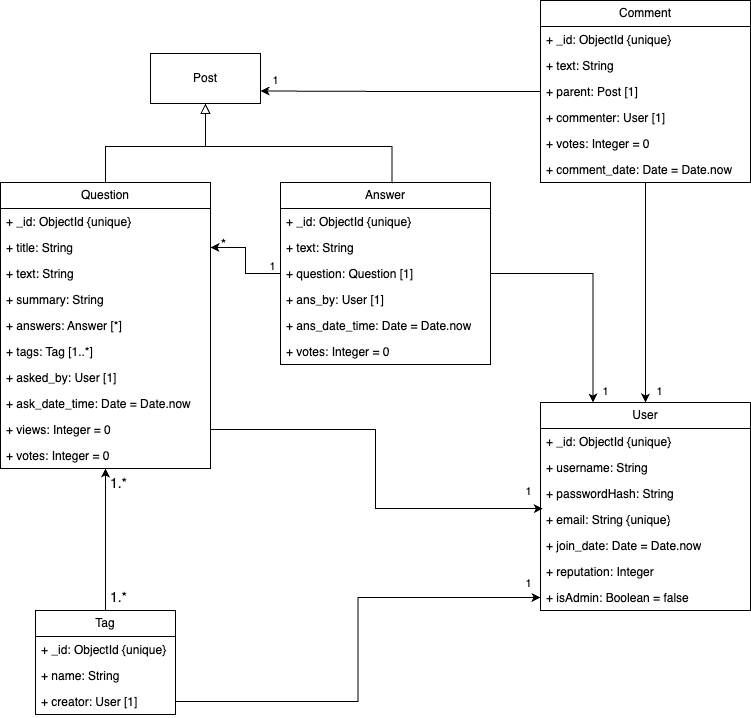
andrewctam/fake_stack_overflow keeps this draw.io diagram as images/server-uml.png. Above is the earlier version. Source tidied: cells renumbered, new cells last; positions are measured from the earlier drawing's top-left corner, leaving out a move shared by most shapes. The source it was exported from:
```xml
<mxGraphModel>
  <root>
    <mxCell id="0" />
    <mxCell id="1" parent="0" />
    <mxCell id="2" style="edgeStyle=orthogonalEdgeStyle;rounded=0;jettySize=auto;html=1;entryX=0.5;entryY=1;entryDx=0;entryDy=0;" parent="1" edge="1" source="3" target="16">
      <mxGeometry relative="1" as="geometry" />
    </mxCell>
    <mxCell id="3" value="Tag" style="swimlane;fontStyle=0;horizontal=1;startSize=26;fillColor=none;whiteSpace=wrap;html=1;" parent="1" vertex="1">
      <mxGeometry x="35" y="610" width="140" height="104" as="geometry" />
    </mxCell>
    <mxCell id="4" value="+ _id: ObjectId {unique}" style="text;strokeColor=none;fillColor=none;align=left;verticalAlign=top;spacingLeft=4;spacingRight=4;overflow=hidden;whiteSpace=wrap;html=1;" parent="3" vertex="1">
      <mxGeometry y="26" width="140" height="26" as="geometry" />
    </mxCell>
    <mxCell id="5" value="+ name: String" style="text;strokeColor=none;fillColor=none;align=left;verticalAlign=top;spacingLeft=4;spacingRight=4;overflow=hidden;whiteSpace=wrap;html=1;" parent="3" vertex="1">
      <mxGeometry y="52" width="140" height="26" as="geometry" />
    </mxCell>
    <mxCell id="6" value="+ creator: User [1]" style="text;strokeColor=none;fillColor=none;align=left;verticalAlign=top;spacingLeft=4;spacingRight=4;overflow=hidden;points=[[0,0.5],[1,0.5]];portConstraint=eastwest;whiteSpace=wrap;html=1;" parent="3" vertex="1">
      <mxGeometry y="78" width="140" height="26" as="geometry" />
    </mxCell>
    <mxCell id="7" value="User" style="swimlane;fontStyle=0;horizontal=1;startSize=26;fillColor=none;whiteSpace=wrap;html=1;" parent="1" vertex="1">
      <mxGeometry x="540" y="402" width="210" height="208" as="geometry" />
    </mxCell>
    <mxCell id="8" value="+ _id: ObjectId {unique}" style="text;strokeColor=none;fillColor=none;align=left;verticalAlign=top;spacingLeft=4;spacingRight=4;overflow=hidden;whiteSpace=wrap;html=1;" parent="7" vertex="1">
      <mxGeometry y="26" width="210" height="26" as="geometry" />
    </mxCell>
    <mxCell id="9" value="+ username: String" style="text;strokeColor=none;fillColor=none;align=left;verticalAlign=top;spacingLeft=4;spacingRight=4;overflow=hidden;whiteSpace=wrap;html=1;" parent="7" vertex="1">
      <mxGeometry y="52" width="210" height="26" as="geometry" />
    </mxCell>
    <mxCell id="10" value="+ passwordHash: String" style="text;strokeColor=none;fillColor=none;align=left;verticalAlign=top;spacingLeft=4;spacingRight=4;overflow=hidden;whiteSpace=wrap;html=1;" parent="7" vertex="1">
      <mxGeometry y="78" width="210" height="26" as="geometry" />
    </mxCell>
    <mxCell id="11" value="+ email: String {unique}" style="text;strokeColor=none;fillColor=none;align=left;verticalAlign=top;spacingLeft=4;spacingRight=4;overflow=hidden;points=[[0,0.5],[1,0.5]];portConstraint=eastwest;whiteSpace=wrap;html=1;" parent="7" vertex="1">
      <mxGeometry y="104" width="210" height="26" as="geometry" />
    </mxCell>
    <mxCell id="12" value="+ join_date: Date = Date.now" style="text;strokeColor=none;fillColor=none;align=left;verticalAlign=top;spacingLeft=4;spacingRight=4;overflow=hidden;whiteSpace=wrap;html=1;" parent="7" vertex="1">
      <mxGeometry y="130" width="210" height="26" as="geometry" />
    </mxCell>
    <mxCell id="13" value="+ reputation: Integer" style="text;strokeColor=none;fillColor=none;align=left;verticalAlign=top;spacingLeft=4;spacingRight=4;overflow=hidden;whiteSpace=wrap;html=1;" parent="7" vertex="1">
      <mxGeometry y="156" width="210" height="26" as="geometry" />
    </mxCell>
    <mxCell id="14" value="+ isAdmin: Boolean = false" style="text;strokeColor=none;fillColor=none;align=left;verticalAlign=top;spacingLeft=4;spacingRight=4;overflow=hidden;points=[[0,0.5],[1,0.5]];portConstraint=eastwest;whiteSpace=wrap;html=1;" parent="7" vertex="1">
      <mxGeometry y="182" width="210" height="26" as="geometry" />
    </mxCell>
    <mxCell id="15" style="edgeStyle=orthogonalEdgeStyle;rounded=0;jettySize=auto;html=1;entryX=0.5;entryY=1;entryDx=0;entryDy=0;endArrow=block;endFill=0;endSize=8;" parent="1" edge="1" source="16" target="52">
      <mxGeometry relative="1" as="geometry">
        <Array as="points">
          <mxPoint x="105" y="146" />
          <mxPoint x="205" y="146" />
        </Array>
      </mxGeometry>
    </mxCell>
    <mxCell id="16" value="Question" style="swimlane;fontStyle=0;horizontal=1;startSize=26;fillColor=none;whiteSpace=wrap;html=1;" parent="1" vertex="1">
      <mxGeometry y="182" width="210" height="286" as="geometry" />
    </mxCell>
    <mxCell id="17" value="+ _id: ObjectId {unique}" style="text;strokeColor=none;fillColor=none;align=left;verticalAlign=top;spacingLeft=4;spacingRight=4;overflow=hidden;whiteSpace=wrap;html=1;" parent="16" vertex="1">
      <mxGeometry y="26" width="210" height="26" as="geometry" />
    </mxCell>
    <mxCell id="18" value="+ title: String" style="text;strokeColor=none;fillColor=none;align=left;verticalAlign=top;spacingLeft=4;spacingRight=4;overflow=hidden;points=[[0,0.5],[1,0.5]];portConstraint=eastwest;whiteSpace=wrap;html=1;" parent="16" vertex="1">
      <mxGeometry y="52" width="210" height="26" as="geometry" />
    </mxCell>
    <mxCell id="19" value="+ text: String" style="text;strokeColor=none;fillColor=none;align=left;verticalAlign=top;spacingLeft=4;spacingRight=4;overflow=hidden;whiteSpace=wrap;html=1;" parent="16" vertex="1">
      <mxGeometry y="78" width="210" height="26" as="geometry" />
    </mxCell>
    <mxCell id="20" value="+ summary: String" style="text;strokeColor=none;fillColor=none;align=left;verticalAlign=top;spacingLeft=4;spacingRight=4;overflow=hidden;whiteSpace=wrap;html=1;" parent="16" vertex="1">
      <mxGeometry y="104" width="210" height="26" as="geometry" />
    </mxCell>
    <mxCell id="21" value="+ answers: Answer [*]" style="text;strokeColor=none;fillColor=none;align=left;verticalAlign=top;spacingLeft=4;spacingRight=4;overflow=hidden;whiteSpace=wrap;html=1;" parent="16" vertex="1">
      <mxGeometry y="130" width="210" height="26" as="geometry" />
    </mxCell>
    <mxCell id="22" value="+ tags: Tag [1..*]" style="text;strokeColor=none;fillColor=none;align=left;verticalAlign=top;spacingLeft=4;spacingRight=4;overflow=hidden;whiteSpace=wrap;html=1;" parent="16" vertex="1">
      <mxGeometry y="156" width="210" height="26" as="geometry" />
    </mxCell>
    <mxCell id="23" value="+ asked_by: User [1]" style="text;strokeColor=none;fillColor=none;align=left;verticalAlign=top;spacingLeft=4;spacingRight=4;overflow=hidden;whiteSpace=wrap;html=1;" parent="16" vertex="1">
      <mxGeometry y="182" width="210" height="26" as="geometry" />
    </mxCell>
    <mxCell id="24" value="+ ask_date_time: Date = Date.now" style="text;strokeColor=none;fillColor=none;align=left;verticalAlign=top;spacingLeft=4;spacingRight=4;overflow=hidden;whiteSpace=wrap;html=1;" parent="16" vertex="1">
      <mxGeometry y="208" width="210" height="26" as="geometry" />
    </mxCell>
    <mxCell id="25" value="+ views: Integer = 0" style="text;strokeColor=none;fillColor=none;align=left;verticalAlign=top;spacingLeft=4;spacingRight=4;overflow=hidden;points=[[0,0.5],[1,0.5]];portConstraint=eastwest;whiteSpace=wrap;html=1;" parent="16" vertex="1">
      <mxGeometry y="234" width="210" height="26" as="geometry" />
    </mxCell>
    <mxCell id="26" value="+ votes: Integer = 0" style="text;strokeColor=none;fillColor=none;align=left;verticalAlign=top;spacingLeft=4;spacingRight=4;overflow=hidden;whiteSpace=wrap;html=1;" parent="16" vertex="1">
      <mxGeometry y="260" width="210" height="26" as="geometry" />
    </mxCell>
    <mxCell id="27" style="edgeStyle=orthogonalEdgeStyle;rounded=0;jettySize=auto;html=1;entryX=1;entryY=0.5;entryDx=0;entryDy=0;startArrow=none;startFill=0;" parent="1" edge="1" source="29" target="18">
      <mxGeometry relative="1" as="geometry" />
    </mxCell>
    <mxCell id="28" value="1" style="edgeLabel;html=1;align=center;verticalAlign=middle;labelBackgroundColor=none;" parent="27" vertex="1">
      <mxGeometry x="0.59" relative="1" as="geometry">
        <mxPoint x="41" y="18" as="offset" />
      </mxGeometry>
    </mxCell>
    <mxCell id="29" value="Answer" style="swimlane;fontStyle=0;horizontal=1;startSize=26;fillColor=none;whiteSpace=wrap;html=1;" parent="1" vertex="1">
      <mxGeometry x="280" y="182" width="210" height="182" as="geometry" />
    </mxCell>
    <mxCell id="30" value="+ _id: ObjectId {unique}" style="text;strokeColor=none;fillColor=none;align=left;verticalAlign=top;spacingLeft=4;spacingRight=4;overflow=hidden;whiteSpace=wrap;html=1;" parent="29" vertex="1">
      <mxGeometry y="26" width="210" height="26" as="geometry" />
    </mxCell>
    <mxCell id="31" value="+ text: String" style="text;strokeColor=none;fillColor=none;align=left;verticalAlign=top;spacingLeft=4;spacingRight=4;overflow=hidden;whiteSpace=wrap;html=1;" parent="29" vertex="1">
      <mxGeometry y="52" width="210" height="26" as="geometry" />
    </mxCell>
    <mxCell id="32" value="+ question: Question [1]" style="text;strokeColor=none;fillColor=none;align=left;verticalAlign=top;spacingLeft=4;spacingRight=4;overflow=hidden;points=[[0,0.5],[1,0.5]];portConstraint=eastwest;whiteSpace=wrap;html=1;" parent="29" vertex="1">
      <mxGeometry y="78" width="210" height="26" as="geometry" />
    </mxCell>
    <mxCell id="33" value="+ ans_by: User [1]" style="text;strokeColor=none;fillColor=none;align=left;verticalAlign=top;spacingLeft=4;spacingRight=4;overflow=hidden;whiteSpace=wrap;html=1;" parent="29" vertex="1">
      <mxGeometry y="104" width="210" height="26" as="geometry" />
    </mxCell>
    <mxCell id="34" value="+ ans_date_time: Date = Date.now" style="text;strokeColor=none;fillColor=none;align=left;verticalAlign=top;spacingLeft=4;spacingRight=4;overflow=hidden;whiteSpace=wrap;html=1;" parent="29" vertex="1">
      <mxGeometry y="130" width="210" height="26" as="geometry" />
    </mxCell>
    <mxCell id="35" value="+ votes: Integer = 0" style="text;strokeColor=none;fillColor=none;align=left;verticalAlign=top;spacingLeft=4;spacingRight=4;overflow=hidden;whiteSpace=wrap;html=1;" parent="29" vertex="1">
      <mxGeometry y="156" width="210" height="26" as="geometry" />
    </mxCell>
    <mxCell id="36" style="edgeStyle=orthogonalEdgeStyle;rounded=0;jettySize=auto;html=1;" parent="1" edge="1" source="37" target="7">
      <mxGeometry relative="1" as="geometry" />
    </mxCell>
    <mxCell id="37" value="Comment" style="swimlane;fontStyle=0;horizontal=1;startSize=26;fillColor=none;whiteSpace=wrap;html=1;" parent="1" vertex="1">
      <mxGeometry x="540" width="210" height="182" as="geometry" />
    </mxCell>
    <mxCell id="38" value="+ _id: ObjectId {unique}" style="text;strokeColor=none;fillColor=none;align=left;verticalAlign=top;spacingLeft=4;spacingRight=4;overflow=hidden;whiteSpace=wrap;html=1;" parent="37" vertex="1">
      <mxGeometry y="26" width="210" height="26" as="geometry" />
    </mxCell>
    <mxCell id="39" value="+ text: String" style="text;strokeColor=none;fillColor=none;align=left;verticalAlign=top;spacingLeft=4;spacingRight=4;overflow=hidden;whiteSpace=wrap;html=1;" parent="37" vertex="1">
      <mxGeometry y="52" width="210" height="26" as="geometry" />
    </mxCell>
    <mxCell id="40" value="+ parent: Post [1]" style="text;strokeColor=none;fillColor=none;align=left;verticalAlign=top;spacingLeft=4;spacingRight=4;overflow=hidden;points=[[0,0.5],[1,0.5]];portConstraint=eastwest;whiteSpace=wrap;html=1;" parent="37" vertex="1">
      <mxGeometry y="78" width="210" height="26" as="geometry" />
    </mxCell>
    <mxCell id="41" value="+ commenter: User [1]" style="text;strokeColor=none;fillColor=none;align=left;verticalAlign=top;spacingLeft=4;spacingRight=4;overflow=hidden;whiteSpace=wrap;html=1;" parent="37" vertex="1">
      <mxGeometry y="104" width="210" height="26" as="geometry" />
    </mxCell>
    <mxCell id="42" value="+ votes: Integer = 0" style="text;strokeColor=none;fillColor=none;align=left;verticalAlign=top;spacingLeft=4;spacingRight=4;overflow=hidden;whiteSpace=wrap;html=1;" parent="37" vertex="1">
      <mxGeometry y="130" width="210" height="26" as="geometry" />
    </mxCell>
    <mxCell id="43" value="+ comment_date: Date = Date.now" style="text;strokeColor=none;fillColor=none;align=left;verticalAlign=top;spacingLeft=4;spacingRight=4;overflow=hidden;whiteSpace=wrap;html=1;" parent="37" vertex="1">
      <mxGeometry y="156" width="210" height="26" as="geometry" />
    </mxCell>
    <mxCell id="44" style="edgeStyle=orthogonalEdgeStyle;rounded=0;jettySize=auto;html=1;entryX=0.25;entryY=0;entryDx=0;entryDy=0;" parent="1" edge="1" source="32" target="7">
      <mxGeometry relative="1" as="geometry" />
    </mxCell>
    <mxCell id="45" value="*" style="edgeLabel;html=1;align=center;verticalAlign=middle;labelBackgroundColor=none;fontSize=14;" parent="1" vertex="1">
      <mxGeometry x="222" y="243" as="geometry" />
    </mxCell>
    <mxCell id="46" value="1" style="edgeLabel;html=1;align=center;verticalAlign=middle;labelBackgroundColor=none;" parent="1" vertex="1">
      <mxGeometry x="596" y="343" as="geometry">
        <mxPoint x="-68" y="147" as="offset" />
      </mxGeometry>
    </mxCell>
    <mxCell id="47" value="1" style="edgeLabel;html=1;align=center;verticalAlign=middle;labelBackgroundColor=none;" parent="1" vertex="1">
      <mxGeometry x="528" y="582" as="geometry" />
    </mxCell>
    <mxCell id="48" value="1" style="edgeLabel;html=1;align=center;verticalAlign=middle;labelBackgroundColor=none;" parent="1" vertex="1">
      <mxGeometry x="548" y="566" as="geometry">
        <mxPoint x="57" y="-176" as="offset" />
      </mxGeometry>
    </mxCell>
    <mxCell id="49" value="1" style="edgeLabel;html=1;align=center;verticalAlign=middle;labelBackgroundColor=none;" parent="1" vertex="1">
      <mxGeometry x="659" y="390" as="geometry" />
    </mxCell>
    <mxCell id="50" value="1.*" style="edgeLabel;html=1;align=center;verticalAlign=middle;labelBackgroundColor=none;fontSize=14;" parent="1" vertex="1">
      <mxGeometry x="13" y="482" width="210" as="geometry" />
    </mxCell>
    <mxCell id="51" value="1" style="edgeLabel;html=1;align=center;verticalAlign=middle;labelBackgroundColor=none;" parent="1" vertex="1">
      <mxGeometry x="280" y="78" as="geometry">
        <mxPoint x="-5" y="1" as="offset" />
      </mxGeometry>
    </mxCell>
    <mxCell id="52" value="Post" style="html=1;whiteSpace=wrap;" parent="1" vertex="1">
      <mxGeometry x="150" y="53" width="110" height="50" as="geometry" />
    </mxCell>
    <mxCell id="53" style="line;strokeWidth=1;fillColor=none;align=left;verticalAlign=middle;spacingTop=-1;spacingLeft=3;spacingRight=3;labelPosition=right;points=[];portConstraint=eastwest;strokeColor=inherit;" parent="1" vertex="1">
      <mxGeometry x="193" y="142" width="177" height="8" as="geometry" />
    </mxCell>
    <mxCell id="54" style="edgeStyle=orthogonalEdgeStyle;rounded=0;jettySize=auto;html=1;entryX=0.531;entryY=0.004;entryDx=0;entryDy=0;entryPerimeter=0;endArrow=none;endFill=0;" parent="1" edge="1" source="53" target="29">
      <mxGeometry relative="1" as="geometry" />
    </mxCell>
    <mxCell id="55" style="edgeStyle=orthogonalEdgeStyle;rounded=0;jettySize=auto;html=1;entryX=0.011;entryY=0.08;entryDx=0;entryDy=0;entryPerimeter=0;exitX=1;exitY=0.5;exitDx=0;exitDy=0;" parent="1" edge="1" source="25" target="11">
      <mxGeometry relative="1" as="geometry" />
    </mxCell>
    <mxCell id="56" style="edgeStyle=orthogonalEdgeStyle;rounded=0;jettySize=auto;html=1;" parent="1" edge="1" source="6" target="14">
      <mxGeometry relative="1" as="geometry" />
    </mxCell>
    <mxCell id="57" style="edgeStyle=orthogonalEdgeStyle;rounded=0;jettySize=auto;html=1;entryX=1;entryY=0.75;entryDx=0;entryDy=0;" parent="1" edge="1" source="40" target="52">
      <mxGeometry relative="1" as="geometry" />
    </mxCell>
    <mxCell id="58" value="1.*" style="edgeLabel;html=1;align=center;verticalAlign=middle;labelBackgroundColor=none;fontSize=14;" parent="1" vertex="1">
      <mxGeometry x="13" y="596" width="210" as="geometry" />
    </mxCell>
  </root>
</mxGraphModel>
```
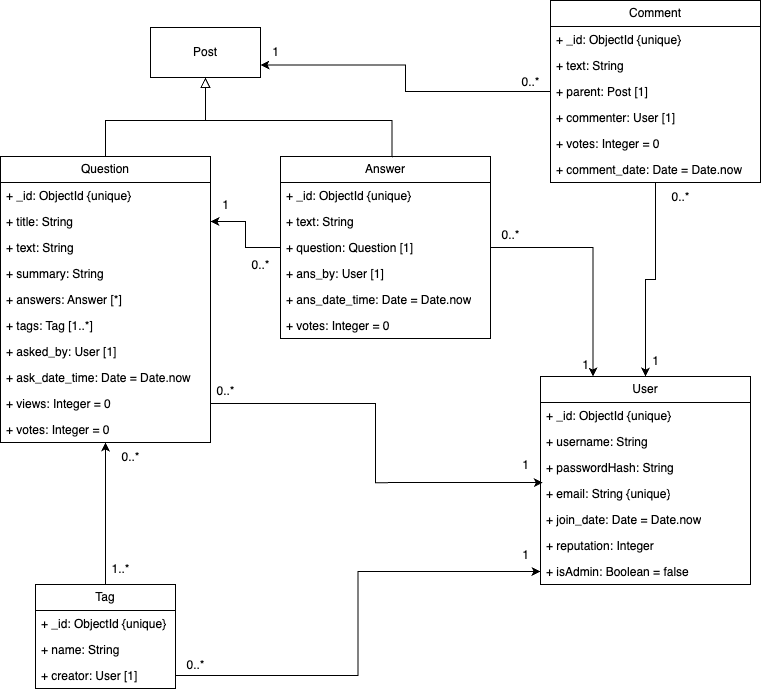
The same file after the commit.

Change to the diagram source:
```diff
@@ -85,11 +85,6 @@
     <mxCell id="27" style="edgeStyle=orthogonalEdgeStyle;rounded=0;jettySize=auto;html=1;entryX=1;entryY=0.5;entryDx=0;entryDy=0;startArrow=none;startFill=0;" parent="1" edge="1" source="29" target="18">
       <mxGeometry relative="1" as="geometry" />
     </mxCell>
-    <mxCell id="28" value="1" style="edgeLabel;html=1;align=center;verticalAlign=middle;labelBackgroundColor=none;" parent="27" vertex="1">
-      <mxGeometry x="0.59" relative="1" as="geometry">
-        <mxPoint x="41" y="18" as="offset" />
-      </mxGeometry>
-    </mxCell>
     <mxCell id="29" value="Answer" style="swimlane;fontStyle=0;horizontal=1;startSize=26;fillColor=none;whiteSpace=wrap;html=1;" parent="1" vertex="1">
       <mxGeometry x="280" y="182" width="210" height="182" as="geometry" />
     </mxCell>
@@ -115,7 +110,7 @@
       <mxGeometry relative="1" as="geometry" />
     </mxCell>
     <mxCell id="37" value="Comment" style="swimlane;fontStyle=0;horizontal=1;startSize=26;fillColor=none;whiteSpace=wrap;html=1;" parent="1" vertex="1">
-      <mxGeometry x="540" width="210" height="182" as="geometry" />
+      <mxGeometry x="550" y="26" width="210" height="182" as="geometry" />
     </mxCell>
     <mxCell id="38" value="+ _id: ObjectId {unique}" style="text;strokeColor=none;fillColor=none;align=left;verticalAlign=top;spacingLeft=4;spacingRight=4;overflow=hidden;whiteSpace=wrap;html=1;" parent="37" vertex="1">
       <mxGeometry y="26" width="210" height="26" as="geometry" />
@@ -138,33 +133,6 @@
     <mxCell id="44" style="edgeStyle=orthogonalEdgeStyle;rounded=0;jettySize=auto;html=1;entryX=0.25;entryY=0;entryDx=0;entryDy=0;" parent="1" edge="1" source="32" target="7">
       <mxGeometry relative="1" as="geometry" />
     </mxCell>
-    <mxCell id="45" value="*" style="edgeLabel;html=1;align=center;verticalAlign=middle;labelBackgroundColor=none;fontSize=14;" parent="1" vertex="1">
-      <mxGeometry x="222" y="243" as="geometry" />
-    </mxCell>
-    <mxCell id="46" value="1" style="edgeLabel;html=1;align=center;verticalAlign=middle;labelBackgroundColor=none;" parent="1" vertex="1">
-      <mxGeometry x="596" y="343" as="geometry">
-        <mxPoint x="-68" y="147" as="offset" />
-      </mxGeometry>
-    </mxCell>
-    <mxCell id="47" value="1" style="edgeLabel;html=1;align=center;verticalAlign=middle;labelBackgroundColor=none;" parent="1" vertex="1">
-      <mxGeometry x="528" y="582" as="geometry" />
-    </mxCell>
-    <mxCell id="48" value="1" style="edgeLabel;html=1;align=center;verticalAlign=middle;labelBackgroundColor=none;" parent="1" vertex="1">
-      <mxGeometry x="548" y="566" as="geometry">
-        <mxPoint x="57" y="-176" as="offset" />
-      </mxGeometry>
-    </mxCell>
-    <mxCell id="49" value="1" style="edgeLabel;html=1;align=center;verticalAlign=middle;labelBackgroundColor=none;" parent="1" vertex="1">
-      <mxGeometry x="659" y="390" as="geometry" />
-    </mxCell>
-    <mxCell id="50" value="1.*" style="edgeLabel;html=1;align=center;verticalAlign=middle;labelBackgroundColor=none;fontSize=14;" parent="1" vertex="1">
-      <mxGeometry x="13" y="482" width="210" as="geometry" />
-    </mxCell>
-    <mxCell id="51" value="1" style="edgeLabel;html=1;align=center;verticalAlign=middle;labelBackgroundColor=none;" parent="1" vertex="1">
-      <mxGeometry x="280" y="78" as="geometry">
-        <mxPoint x="-5" y="1" as="offset" />
-      </mxGeometry>
-    </mxCell>
     <mxCell id="52" value="Post" style="html=1;whiteSpace=wrap;" parent="1" vertex="1">
       <mxGeometry x="150" y="53" width="110" height="50" as="geometry" />
     </mxCell>
@@ -183,8 +151,47 @@
     <mxCell id="57" style="edgeStyle=orthogonalEdgeStyle;rounded=0;jettySize=auto;html=1;entryX=1;entryY=0.75;entryDx=0;entryDy=0;" parent="1" edge="1" source="40" target="52">
       <mxGeometry relative="1" as="geometry" />
     </mxCell>
-    <mxCell id="58" value="1.*" style="edgeLabel;html=1;align=center;verticalAlign=middle;labelBackgroundColor=none;fontSize=14;" parent="1" vertex="1">
-      <mxGeometry x="13" y="596" width="210" as="geometry" />
-    </mxCell>
+    <mxCell id="59" value="1..*" style="text;html=1;align=center;verticalAlign=middle;strokeColor=none;fillColor=none;" parent="1" vertex="1">
+      <mxGeometry x="100" y="580" width="40" height="30" as="geometry" />
+    </mxCell>
+    <mxCell id="60" value="0..*" style="text;html=1;align=center;verticalAlign=middle;strokeColor=none;fillColor=none;" parent="1" vertex="1">
+      <mxGeometry x="240" y="276" width="40" height="30" as="geometry" />
+    </mxCell>
+    <mxCell id="61" value="1" style="text;html=1;align=center;verticalAlign=middle;strokeColor=none;fillColor=none;" parent="1" vertex="1">
+      <mxGeometry x="260" y="63" width="30" height="30" as="geometry" />
+    </mxCell>
+    <mxCell id="62" value="1" style="text;html=1;align=center;verticalAlign=middle;strokeColor=none;fillColor=none;" parent="1" vertex="1">
+      <mxGeometry x="640" y="372" width="30" height="30" as="geometry" />
+    </mxCell>
+    <mxCell id="63" value="1" style="text;html=1;align=center;verticalAlign=middle;strokeColor=none;fillColor=none;" parent="1" vertex="1">
+      <mxGeometry x="510" y="566" width="30" height="30" as="geometry" />
+    </mxCell>
+    <mxCell id="64" value="1" style="text;html=1;align=center;verticalAlign=middle;strokeColor=none;fillColor=none;" parent="1" vertex="1">
+      <mxGeometry x="210" y="216" width="30" height="30" as="geometry" />
+    </mxCell>
+    <mxCell id="65" value="1" style="text;html=1;align=center;verticalAlign=middle;strokeColor=none;fillColor=none;" parent="1" vertex="1">
+      <mxGeometry x="570" y="376" width="30" height="30" as="geometry" />
+    </mxCell>
+    <mxCell id="66" value="0..*" style="text;html=1;align=center;verticalAlign=middle;strokeColor=none;fillColor=none;" parent="1" vertex="1">
+      <mxGeometry x="490" y="246" width="40" height="30" as="geometry" />
+    </mxCell>
+    <mxCell id="67" value="0..*" style="text;html=1;align=center;verticalAlign=middle;strokeColor=none;fillColor=none;" parent="1" vertex="1">
+      <mxGeometry x="175" y="676" width="40" height="30" as="geometry" />
+    </mxCell>
+    <mxCell id="68" value="0..*" style="text;html=1;align=center;verticalAlign=middle;strokeColor=none;fillColor=none;" parent="1" vertex="1">
+      <mxGeometry x="205" y="402" width="40" height="30" as="geometry" />
+    </mxCell>
+    <mxCell id="69" value="0..*" style="text;html=1;align=center;verticalAlign=middle;strokeColor=none;fillColor=none;" parent="1" vertex="1">
+      <mxGeometry x="660" y="208" width="40" height="30" as="geometry" />
+    </mxCell>
+    <mxCell id="70" value="0..*" style="text;html=1;align=center;verticalAlign=middle;strokeColor=none;fillColor=none;" parent="1" vertex="1">
+      <mxGeometry x="110" y="468" width="40" height="30" as="geometry" />
+    </mxCell>
+    <mxCell id="71" value="1" style="text;html=1;align=center;verticalAlign=middle;strokeColor=none;fillColor=none;" parent="1" vertex="1">
+      <mxGeometry x="510" y="476" width="30" height="30" as="geometry" />
+    </mxCell>
+    <mxCell id="72" value="0..*" style="text;html=1;align=center;verticalAlign=middle;strokeColor=none;fillColor=none;" parent="1" vertex="1">
+      <mxGeometry x="510" y="93" width="40" height="30" as="geometry" />
+    </mxCell>
   </root>
 </mxGraphModel>
```
